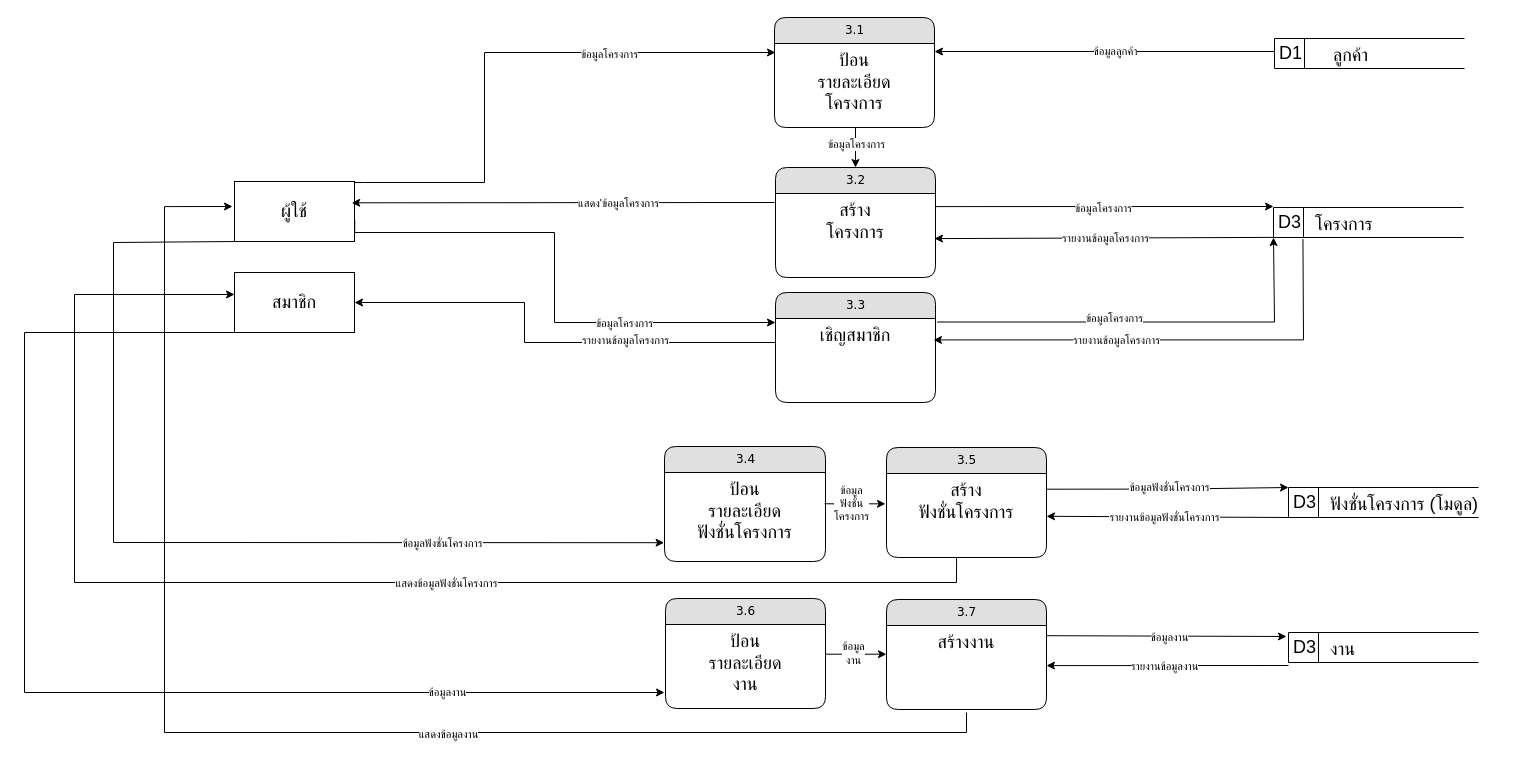
Above: dataflow-pms-3.0.drawio in NewSnooker/it-udvc-pms (draw.io), before the change. Source tidied: cells renumbered, new cells numbered last; positions are measured from the earlier drawing's top-left corner, leaving out a move shared by most shapes. Both pictures are drawn from the tidied source at 100%, with x=0, y=0 at pixel (24, 17).
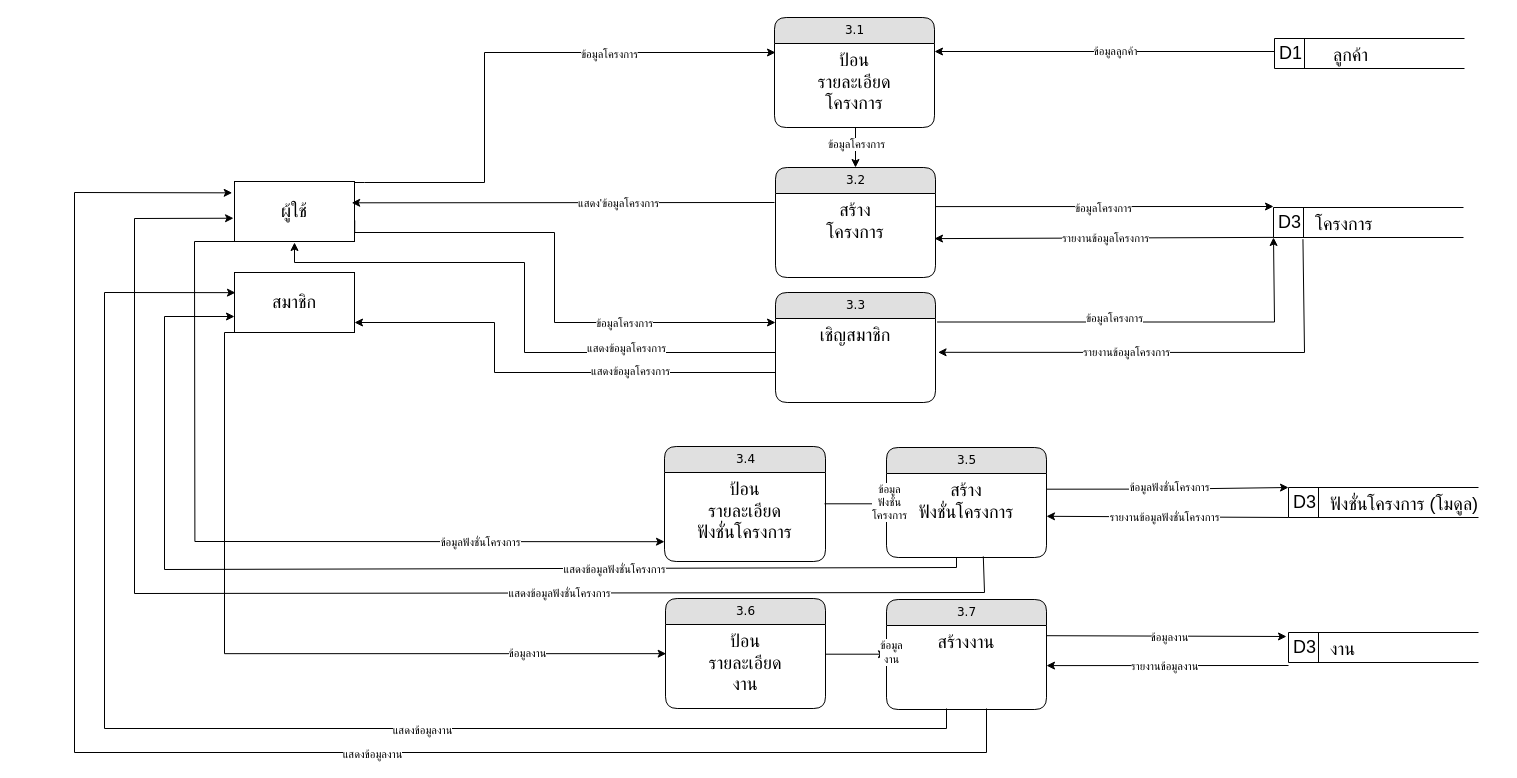
The same page after the edit.

The change refers to these unchanged cells:
```xml
<mxCell id="4" value="&lt;span style=&quot;font-size: 18px; text-wrap-mode: nowrap;&quot;&gt;ผู้ใช้&lt;/span&gt;" style="rounded=0;whiteSpace=wrap;html=1;" parent="1" vertex="1">
  <mxGeometry x="210" y="164" width="120" height="60" as="geometry" />
</mxCell>
<mxCell id="17" value="&lt;div&gt;&lt;span style=&quot;font-size: 18px;&quot;&gt;ป้อน&lt;/span&gt;&lt;/div&gt;&lt;div&gt;&lt;span style=&quot;font-size: 18px;&quot;&gt;รายละเอียด&lt;/span&gt;&lt;/div&gt;&lt;div&gt;&lt;span style=&quot;font-size: 18px;&quot;&gt;งาน&lt;/span&gt;&lt;/div&gt;" style="text;html=1;strokeColor=none;fillColor=none;spacingLeft=4;spacingRight=4;whiteSpace=wrap;overflow=hidden;points=[[0,0.5],[1,0.5]];portConstraint=eastwest;align=center;" parent="16" vertex="1">
  <mxGeometry y="26" width="160" height="74" as="geometry" />
</mxCell>
<mxCell id="27" value="&lt;div&gt;&lt;span style=&quot;font-size: 18px;&quot;&gt;สร้าง&lt;/span&gt;&lt;/div&gt;&lt;div&gt;&lt;span style=&quot;font-size: 18px;&quot;&gt;ฟังชั่นโครงการ&lt;/span&gt;&lt;/div&gt;" style="text;html=1;strokeColor=none;fillColor=none;spacingLeft=4;spacingRight=4;whiteSpace=wrap;overflow=hidden;points=[[0,0.5],[1,0.5]];portConstraint=eastwest;align=center;" parent="26" vertex="1">
  <mxGeometry y="26" width="160" height="84" as="geometry" />
</mxCell>
<mxCell id="32" value="&lt;font style=&quot;font-size: 18px;&quot;&gt;D3&lt;/font&gt;" style="html=1;dashed=0;whiteSpace=wrap;shape=mxgraph.dfd.dataStoreID;align=left;spacingLeft=3;points=[[0,0],[0.5,0],[1,0],[0,0.5],[1,0.5],[0,1],[0.5,1],[1,1]];" parent="1" vertex="1">
  <mxGeometry x="1249" y="190" width="190" height="30" as="geometry" />
</mxCell>
<mxCell id="45" value="&lt;span style=&quot;font-size: 18px;&quot;&gt;เชิญสมาชิก&lt;/span&gt;" style="text;html=1;strokeColor=none;fillColor=none;spacingLeft=4;spacingRight=4;whiteSpace=wrap;overflow=hidden;points=[[0,0.5],[1,0.5]];portConstraint=eastwest;align=center;" parent="44" vertex="1">
  <mxGeometry y="26" width="160" height="74" as="geometry" />
</mxCell>
<mxCell id="50" value="&lt;span style=&quot;font-size: 18px; text-wrap-mode: nowrap;&quot;&gt;สมาชิก&lt;/span&gt;" style="rounded=0;whiteSpace=wrap;html=1;" parent="1" vertex="1">
  <mxGeometry x="210" y="255" width="120" height="60" as="geometry" />
</mxCell>
```

What changed in the source:
```diff
@@
-    <mxCell id="46" style="endArrow=classic;html=1;rounded=0;exitX=0.155;exitY=1.056;exitDx=0;exitDy=0;exitPerimeter=0;" parent="1" edge="1" source="32">
+    <mxCell id="46" style="endArrow=classic;html=1;rounded=0;exitX=0.155;exitY=1.056;exitDx=0;exitDy=0;exitPerimeter=0;entryX=1.016;entryY=0.457;entryDx=0;entryDy=0;entryPerimeter=0;" parent="1" edge="1" source="32" target="45">
       <mxGeometry relative="1" as="geometry">
-        <mxPoint x="909" y="322.4" as="targetPoint" />
         <Array as="points">
-          <mxPoint x="1279" y="322.4" />
+          <mxPoint x="1280" y="335" />
         </Array>
       </mxGeometry>
     </mxCell>
@@
-    <mxCell id="53" style="endArrow=classic;html=1;rounded=0;exitX=0;exitY=0.324;exitDx=0;exitDy=0;exitPerimeter=0;edgeStyle=orthogonalEdgeStyle;entryX=1;entryY=0.5;entryDx=0;entryDy=0;" parent="1" edge="1" source="45" target="50">
+    <mxCell id="53" style="endArrow=classic;html=1;rounded=0;exitX=0;exitY=0.324;exitDx=0;exitDy=0;exitPerimeter=0;edgeStyle=orthogonalEdgeStyle;" parent="1" edge="1" source="45">
       <mxGeometry relative="1" as="geometry">
+        <mxPoint x="270" y="225" as="targetPoint" />
         <Array as="points">
-          <mxPoint x="500" y="325" />
-          <mxPoint x="500" y="285" />
+          <mxPoint x="751" y="335" />
+          <mxPoint x="500" y="335" />
+          <mxPoint x="500" y="245" />
+          <mxPoint x="270" y="245" />
         </Array>
       </mxGeometry>
     </mxCell>
-    <mxCell id="54" value="รายงานข้อมูลโครงการ" style="edgeLabel;html=1;align=center;verticalAlign=middle;" parent="53" vertex="1">
-      <mxGeometry x="-0.35" y="-2" relative="1" as="geometry" />
+    <mxCell id="54" value="แสดงข้อมูลโครงการ" style="edgeLabel;html=1;align=center;verticalAlign=middle;" parent="53" vertex="1">
+      <mxGeometry x="-0.35" y="-2" relative="1" as="geometry">
+        <mxPoint x="35" y="-3" as="offset" />
+      </mxGeometry>
     </mxCell>
@@
-    <mxCell id="57" style="endArrow=classic;html=1;rounded=0;entryX=-0.017;entryY=0.631;entryDx=0;entryDy=0;entryPerimeter=0;" parent="1" edge="1">
+    <mxCell id="57" style="endArrow=classic;html=1;rounded=0;entryX=0.008;entryY=0.336;entryDx=0;entryDy=0;entryPerimeter=0;" parent="1" edge="1" target="50">
       <mxGeometry relative="1" as="geometry">
-        <mxPoint x="942" y="695" as="sourcePoint" />
-        <mxPoint x="208" y="189" as="targetPoint" />
+        <mxPoint x="922" y="691" as="sourcePoint" />
         <Array as="points">
-          <mxPoint x="942" y="715" />
-          <mxPoint x="140" y="715" />
-          <mxPoint x="140" y="189.1" />
+          <mxPoint x="922" y="711" />
+          <mxPoint x="80" y="711" />
+          <mxPoint x="80" y="275" />
         </Array>
       </mxGeometry>
     </mxCell>
@@
-    <mxCell id="59" style="endArrow=classic;html=1;rounded=0;exitX=0.016;exitY=0.834;exitDx=0;exitDy=0;exitPerimeter=0;entryX=0.004;entryY=0.717;entryDx=0;entryDy=0;entryPerimeter=0;" parent="1" edge="1">
+    <mxCell id="59" style="endArrow=classic;html=1;rounded=0;entryX=0.004;entryY=0.717;entryDx=0;entryDy=0;entryPerimeter=0;" parent="1" edge="1">
       <mxGeometry relative="1" as="geometry">
-        <mxPoint x="210.9" y="224" as="sourcePoint" />
-        <mxPoint x="639.6" y="525.2" as="targetPoint" />
+        <mxPoint x="210" y="224" as="sourcePoint" />
+        <mxPoint x="640" y="524.2" as="targetPoint" />
         <Array as="points">
-          <mxPoint x="89" y="225" />
-          <mxPoint x="89" y="525" />
+          <mxPoint x="170" y="224" />
+          <mxPoint x="170.4" y="524" />
         </Array>
       </mxGeometry>
     </mxCell>
@@
-    <mxCell id="63" style="endArrow=classic;html=1;rounded=0;entryX=0;entryY=0.5;entryDx=0;entryDy=0;exitX=0.438;exitY=1.006;exitDx=0;exitDy=0;exitPerimeter=0;" parent="1" edge="1" source="27">
+    <mxCell id="63" style="endArrow=classic;html=1;rounded=0;entryX=0;entryY=0.75;entryDx=0;entryDy=0;" parent="1" edge="1">
       <mxGeometry relative="1" as="geometry">
-        <mxPoint x="210" y="277" as="targetPoint" />
+        <mxPoint x="932" y="540" as="sourcePoint" />
+        <mxPoint x="210" y="299" as="targetPoint" />
         <Array as="points">
-          <mxPoint x="932" y="565" />
-          <mxPoint x="50" y="565" />
-          <mxPoint x="50" y="277" />
+          <mxPoint x="932" y="550" />
+          <mxPoint x="140" y="552" />
+          <mxPoint x="140" y="299" />
         </Array>
       </mxGeometry>
     </mxCell>
     <mxCell id="64" value="แสดงข้อมูลฟังชั่นโครงการ" style="edgeLabel;html=1;align=center;verticalAlign=middle;" parent="63" vertex="1">
       <mxGeometry x="-0.07" y="1" relative="1" as="geometry">
-        <mxPoint x="95" y="-1" as="offset" />
+        <mxPoint x="170" y="-1" as="offset" />
       </mxGeometry>
     </mxCell>
-    <mxCell id="65" style="endArrow=classic;html=1;rounded=0;exitX=0;exitY=1;exitDx=0;exitDy=0;" parent="1" edge="1" source="50">
+    <mxCell id="65" style="endArrow=classic;html=1;rounded=0;exitX=0;exitY=1;exitDx=0;exitDy=0;edgeStyle=elbowEdgeStyle;entryX=0.004;entryY=0.394;entryDx=0;entryDy=0;entryPerimeter=0;" parent="1" edge="1" source="50" target="17">
       <mxGeometry relative="1" as="geometry">
-        <mxPoint x="640" y="675" as="targetPoint" />
         <Array as="points">
-          <mxPoint y="315" />
-          <mxPoint y="675" />
+          <mxPoint x="200" y="515" />
         </Array>
       </mxGeometry>
     </mxCell>
@@
+    <mxCell id="67" style="endArrow=classic;html=1;rounded=0;exitX=0;exitY=0.324;exitDx=0;exitDy=0;exitPerimeter=0;edgeStyle=orthogonalEdgeStyle;entryX=1;entryY=0.5;entryDx=0;entryDy=0;" parent="1" edge="1">
+      <mxGeometry relative="1" as="geometry">
+        <mxPoint x="751" y="345" as="sourcePoint" />
+        <mxPoint x="330" y="305" as="targetPoint" />
+        <Array as="points">
+          <mxPoint x="751" y="355" />
+          <mxPoint x="470" y="355" />
+          <mxPoint x="470" y="305" />
+        </Array>
+      </mxGeometry>
+    </mxCell>
+    <mxCell id="68" value="แสดงข้อมูลโครงการ" style="edgeLabel;html=1;align=center;verticalAlign=middle;" parent="67" vertex="1">
+      <mxGeometry x="-0.35" y="-2" relative="1" as="geometry" />
+    </mxCell>
+    <mxCell id="69" style="endArrow=classic;html=1;rounded=0;entryX=-0.008;entryY=0.612;entryDx=0;entryDy=0;entryPerimeter=0;exitX=0.605;exitY=0.987;exitDx=0;exitDy=0;exitPerimeter=0;" parent="1" edge="1" source="27" target="4">
+      <mxGeometry relative="1" as="geometry">
+        <Array as="points">
+          <mxPoint x="960" y="575" />
+          <mxPoint x="110" y="576" />
+          <mxPoint x="110" y="201" />
+        </Array>
+      </mxGeometry>
+    </mxCell>
+    <mxCell id="70" value="แสดงข้อมูลฟังชั่นโครงการ" style="edgeLabel;html=1;align=center;verticalAlign=middle;" parent="69" vertex="1">
+      <mxGeometry x="-0.07" y="1" relative="1" as="geometry">
+        <mxPoint x="170" y="-1" as="offset" />
+      </mxGeometry>
+    </mxCell>
+    <mxCell id="71" style="endArrow=classic;html=1;rounded=0;entryX=-0.019;entryY=0.189;entryDx=0;entryDy=0;entryPerimeter=0;" parent="1" edge="1" target="4">
+      <mxGeometry relative="1" as="geometry">
+        <mxPoint x="962" y="691" as="sourcePoint" />
+        <Array as="points">
+          <mxPoint x="962" y="735" />
+          <mxPoint x="50" y="735" />
+          <mxPoint x="50" y="175" />
+        </Array>
+      </mxGeometry>
+    </mxCell>
+    <mxCell id="72" value="แสดงข้อมูลงาน" style="edgeLabel;html=1;align=center;verticalAlign=middle;" parent="71" vertex="1">
+      <mxGeometry x="-0.07" y="1" relative="1" as="geometry">
+        <mxPoint x="119" as="offset" />
+      </mxGeometry>
+    </mxCell>
```
